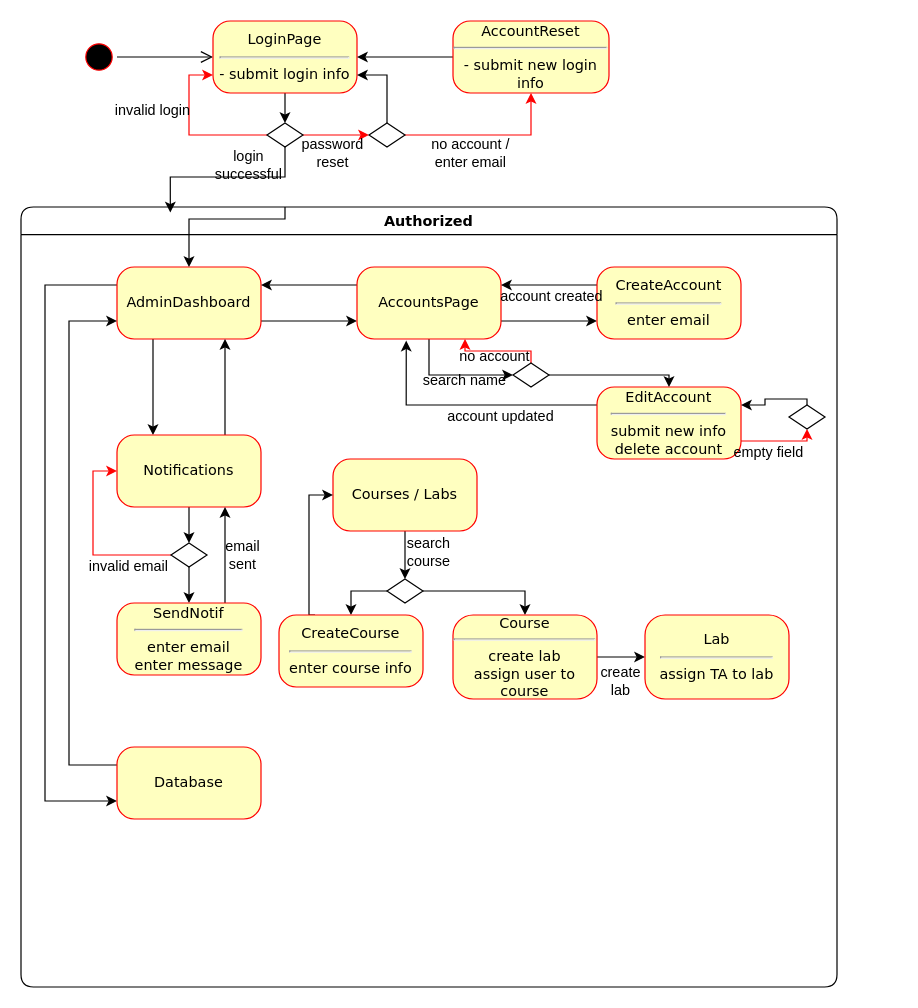
The draw.io diagram SMDDecryptorsAdministrator.drawio in Hossai25/801-1-Sprint-Group, before the edit. Source tidied: cells renumbered, new cells numbered last; positions are measured from the earlier drawing's top-left corner, leaving out a move shared by most shapes. Both pictures are drawn from the tidied source at 120%, with x=0, y=0 at pixel (20, 20).
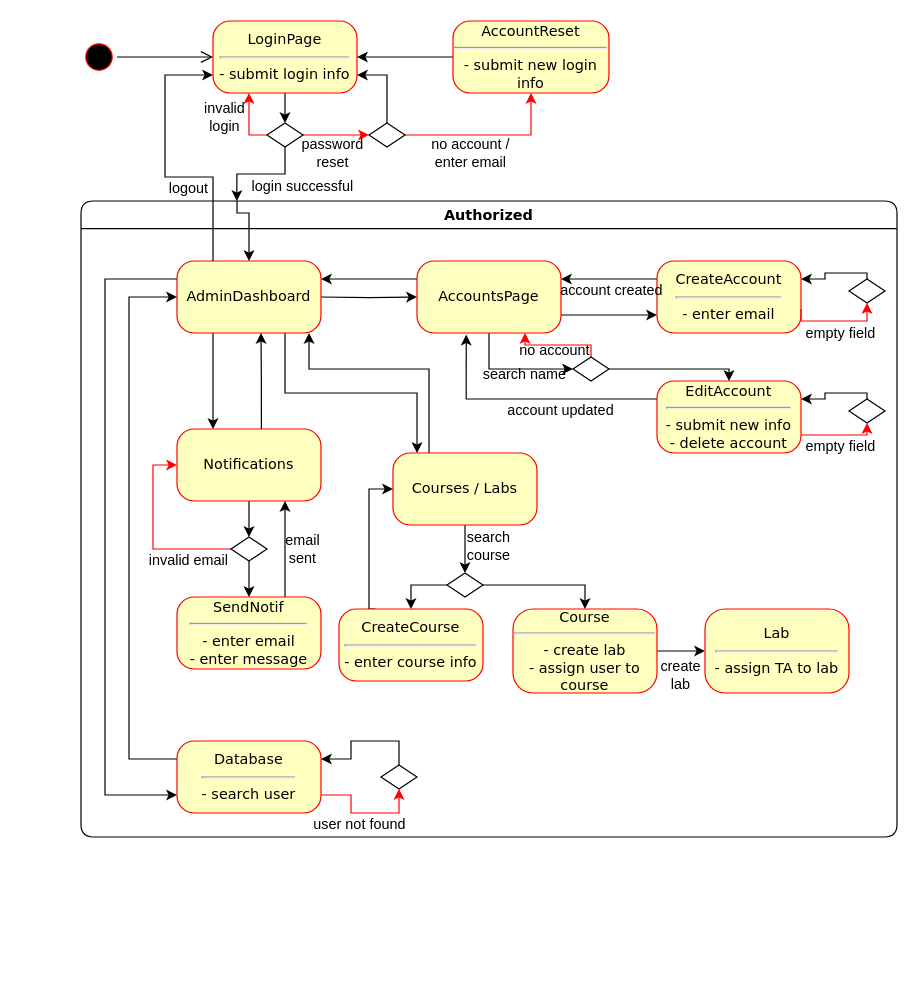
After the change.

The change refers to these unchanged cells:
```xml
<mxCell id="7" value="AdminDashboard" style="rounded=1;whiteSpace=wrap;html=1;arcSize=24;fillColor=#ffffc0;strokeColor=#ff0000;shadow=0;comic=0;labelBackgroundColor=none;fontFamily=Verdana;fontSize=12;fontColor=#000000;align=center;" parent="3" vertex="1">
  <mxGeometry x="80" y="50" width="120" height="60" as="geometry" />
</mxCell>
<mxCell id="11" value="AccountsPage" style="rounded=1;whiteSpace=wrap;html=1;arcSize=24;fillColor=#ffffc0;strokeColor=#ff0000;shadow=0;comic=0;labelBackgroundColor=none;fontFamily=Verdana;fontSize=12;fontColor=#000000;align=center;" parent="3" vertex="1">
  <mxGeometry x="280" y="50" width="120" height="60" as="geometry" />
</mxCell>
<mxCell id="14" value="Notifications" style="rounded=1;whiteSpace=wrap;html=1;arcSize=24;fillColor=#ffffc0;strokeColor=#ff0000;shadow=0;comic=0;labelBackgroundColor=none;fontFamily=Verdana;fontSize=12;fontColor=#000000;align=center;" parent="3" vertex="1">
  <mxGeometry x="80" y="190" width="120" height="60" as="geometry" />
</mxCell>
<mxCell id="16" value="Courses / Labs" style="rounded=1;whiteSpace=wrap;html=1;arcSize=24;fillColor=#ffffc0;strokeColor=#ff0000;shadow=0;comic=0;labelBackgroundColor=none;fontFamily=Verdana;fontSize=12;fontColor=#000000;align=center;" parent="3" vertex="1">
  <mxGeometry x="260" y="210" width="120" height="60" as="geometry" />
</mxCell>
<mxCell id="53" value="LoginPage&lt;hr&gt;- submit login info" style="rounded=1;whiteSpace=wrap;html=1;arcSize=24;fillColor=#ffffc0;strokeColor=#ff0000;shadow=0;comic=0;labelBackgroundColor=none;fontFamily=Verdana;fontSize=12;fontColor=#000000;align=center;" parent="1" vertex="1">
  <mxGeometry x="160" width="120" height="60" as="geometry" />
</mxCell>
<mxCell id="57" style="rhombus;whiteSpace=wrap;html=1;" parent="1" vertex="1">
  <mxGeometry x="205" y="85" width="30" height="20" as="geometry" />
</mxCell>
```

Diff of the diagram source:
```diff
@@
     <mxCell id="3" value="Authorized" style="swimlane;whiteSpace=wrap;html=1;rounded=1;shadow=0;comic=0;labelBackgroundColor=none;strokeWidth=1;fontFamily=Verdana;fontSize=12;align=center;startSize=23;" parent="1" vertex="1">
-      <mxGeometry y="155" width="680" height="650" as="geometry" />
+      <mxGeometry x="50" y="150" width="680" height="530" as="geometry" />
     </mxCell>
-    <mxCell id="4" style="edgeStyle=orthogonalEdgeStyle;rounded=0;jettySize=auto;html=1;exitX=1;exitY=0.75;exitDx=0;exitDy=0;entryX=0;entryY=0.75;entryDx=0;entryDy=0;" parent="3" edge="1" source="7" target="11">
-      <mxGeometry relative="1" as="geometry" />
+    <mxCell id="4" style="edgeStyle=orthogonalEdgeStyle;rounded=0;jettySize=auto;html=1;entryX=0;entryY=0.5;entryDx=0;entryDy=0;" parent="3" edge="1" target="11">
+      <mxGeometry relative="1" as="geometry">
+        <mxPoint x="200" y="80" as="sourcePoint" />
+      </mxGeometry>
     </mxCell>
@@
+    <mxCell id="68" style="edgeStyle=orthogonalEdgeStyle;rounded=0;jettySize=auto;html=1;exitX=0.75;exitY=1;exitDx=0;exitDy=0;entryX=0.167;entryY=0;entryDx=0;entryDy=0;entryPerimeter=0;" parent="3" edge="1" source="7" target="16">
+      <mxGeometry relative="1" as="geometry" />
+    </mxCell>
@@
-    <mxCell id="12" style="edgeStyle=orthogonalEdgeStyle;rounded=0;jettySize=auto;html=1;exitX=0.75;exitY=0;exitDx=0;exitDy=0;entryX=0.75;entryY=1;entryDx=0;entryDy=0;" parent="3" edge="1" source="14" target="7">
-      <mxGeometry relative="1" as="geometry" />
+    <mxCell id="12" style="edgeStyle=orthogonalEdgeStyle;rounded=0;jettySize=auto;html=1;exitX=0.586;exitY=0.011;exitDx=0;exitDy=0;exitPerimeter=0;" parent="3" edge="1" source="14">
+      <mxGeometry relative="1" as="geometry">
+        <mxPoint x="150" y="110" as="targetPoint" />
+      </mxGeometry>
     </mxCell>
@@
+    <mxCell id="69" style="edgeStyle=orthogonalEdgeStyle;rounded=0;jettySize=auto;html=1;exitX=0.25;exitY=0;exitDx=0;exitDy=0;entryX=0.917;entryY=1;entryDx=0;entryDy=0;entryPerimeter=0;" parent="3" edge="1" source="16" target="7">
+      <mxGeometry relative="1" as="geometry">
+        <Array as="points">
+          <mxPoint x="290" y="140" />
+          <mxPoint x="190" y="140" />
+        </Array>
+      </mxGeometry>
+    </mxCell>
@@
-    <mxCell id="18" value="CreateAccount&lt;hr&gt;enter email" style="rounded=1;whiteSpace=wrap;html=1;arcSize=24;fillColor=#ffffc0;strokeColor=#ff0000;shadow=0;comic=0;labelBackgroundColor=none;fontFamily=Verdana;fontSize=12;fontColor=#000000;align=center;" parent="3" vertex="1">
+    <mxCell id="18" value="CreateAccount&lt;hr&gt;- enter email" style="rounded=1;whiteSpace=wrap;html=1;arcSize=24;fillColor=#ffffc0;strokeColor=#ff0000;shadow=0;comic=0;labelBackgroundColor=none;fontFamily=Verdana;fontSize=12;fontColor=#000000;align=center;" parent="3" vertex="1">
       <mxGeometry x="480" y="50" width="120" height="60" as="geometry" />
     </mxCell>
@@
-    <mxCell id="22" value="EditAccount&lt;hr&gt;submit new info&lt;br&gt;delete account" style="rounded=1;whiteSpace=wrap;html=1;arcSize=24;fillColor=#ffffc0;strokeColor=#ff0000;shadow=0;comic=0;labelBackgroundColor=none;fontFamily=Verdana;fontSize=12;fontColor=#000000;align=center;" parent="3" vertex="1">
+    <mxCell id="22" value="EditAccount&lt;hr&gt;- submit new info&lt;br&gt;- delete account" style="rounded=1;whiteSpace=wrap;html=1;arcSize=24;fillColor=#ffffc0;strokeColor=#ff0000;shadow=0;comic=0;labelBackgroundColor=none;fontFamily=Verdana;fontSize=12;fontColor=#000000;align=center;" parent="3" vertex="1">
       <mxGeometry x="480" y="150" width="120" height="60" as="geometry" />
     </mxCell>
@@
     <mxCell id="31" value="empty field&amp;nbsp;" style="text;strokeColor=none;align=center;fillColor=none;html=1;verticalAlign=middle;whiteSpace=wrap;rounded=0;" parent="3" vertex="1">
-      <mxGeometry x="590" y="200" width="70" height="10" as="geometry" />
+      <mxGeometry x="600" y="190" width="70" height="30" as="geometry" />
     </mxCell>
@@
-    <mxCell id="37" value="SendNotif&lt;hr&gt;enter email&lt;br&gt;enter message" style="rounded=1;whiteSpace=wrap;html=1;arcSize=24;fillColor=#ffffc0;strokeColor=#ff0000;shadow=0;comic=0;labelBackgroundColor=none;fontFamily=Verdana;fontSize=12;fontColor=#000000;align=center;" parent="3" vertex="1">
+    <mxCell id="37" value="SendNotif&lt;hr&gt;- enter email&lt;br&gt;- enter message" style="rounded=1;whiteSpace=wrap;html=1;arcSize=24;fillColor=#ffffc0;strokeColor=#ff0000;shadow=0;comic=0;labelBackgroundColor=none;fontFamily=Verdana;fontSize=12;fontColor=#000000;align=center;" parent="3" vertex="1">
       <mxGeometry x="80" y="330" width="120" height="60" as="geometry" />
     </mxCell>
@@
-    <mxCell id="44" value="CreateCourse&lt;hr&gt;enter course info" style="rounded=1;whiteSpace=wrap;html=1;arcSize=24;fillColor=#ffffc0;strokeColor=#ff0000;shadow=0;comic=0;labelBackgroundColor=none;fontFamily=Verdana;fontSize=12;fontColor=#000000;align=center;" parent="3" vertex="1">
+    <mxCell id="44" value="CreateCourse&lt;hr&gt;- enter course info" style="rounded=1;whiteSpace=wrap;html=1;arcSize=24;fillColor=#ffffc0;strokeColor=#ff0000;shadow=0;comic=0;labelBackgroundColor=none;fontFamily=Verdana;fontSize=12;fontColor=#000000;align=center;" parent="3" vertex="1">
       <mxGeometry x="215" y="340" width="120" height="60" as="geometry" />
     </mxCell>
@@
-    <mxCell id="46" value="Course&lt;hr&gt;create lab&lt;br&gt;assign user to course" style="rounded=1;whiteSpace=wrap;html=1;arcSize=24;fillColor=#ffffc0;strokeColor=#ff0000;shadow=0;comic=0;labelBackgroundColor=none;fontFamily=Verdana;fontSize=12;fontColor=#000000;align=center;" parent="3" vertex="1">
+    <mxCell id="46" value="Course&lt;hr&gt;- create lab&lt;br&gt;- assign user to course" style="rounded=1;whiteSpace=wrap;html=1;arcSize=24;fillColor=#ffffc0;strokeColor=#ff0000;shadow=0;comic=0;labelBackgroundColor=none;fontFamily=Verdana;fontSize=12;fontColor=#000000;align=center;" parent="3" vertex="1">
       <mxGeometry x="360" y="340" width="120" height="70" as="geometry" />
     </mxCell>
-    <mxCell id="47" value="Lab&lt;hr&gt;assign TA to lab" style="rounded=1;whiteSpace=wrap;html=1;arcSize=24;fillColor=#ffffc0;strokeColor=#ff0000;shadow=0;comic=0;labelBackgroundColor=none;fontFamily=Verdana;fontSize=12;fontColor=#000000;align=center;" parent="3" vertex="1">
+    <mxCell id="47" value="Lab&lt;hr&gt;- assign TA to lab" style="rounded=1;whiteSpace=wrap;html=1;arcSize=24;fillColor=#ffffc0;strokeColor=#ff0000;shadow=0;comic=0;labelBackgroundColor=none;fontFamily=Verdana;fontSize=12;fontColor=#000000;align=center;" parent="3" vertex="1">
       <mxGeometry x="520" y="340" width="120" height="70" as="geometry" />
     </mxCell>
@@
-    <mxCell id="49" style="edgeStyle=orthogonalEdgeStyle;rounded=0;jettySize=auto;html=1;exitX=0;exitY=0.25;exitDx=0;exitDy=0;entryX=0;entryY=0.75;entryDx=0;entryDy=0;" parent="3" edge="1" source="50" target="7">
+    <mxCell id="49" style="edgeStyle=orthogonalEdgeStyle;rounded=0;jettySize=auto;html=1;exitX=0;exitY=0.25;exitDx=0;exitDy=0;" parent="3" edge="1" source="50">
       <mxGeometry relative="1" as="geometry">
+        <mxPoint x="80" y="80" as="targetPoint" />
         <Array as="points">
           <mxPoint x="40" y="465" />
-          <mxPoint x="40" y="95" />
+          <mxPoint x="40" y="80" />
+          <mxPoint x="80" y="80" />
         </Array>
       </mxGeometry>
     </mxCell>
+    <mxCell id="70" style="edgeStyle=orthogonalEdgeStyle;rounded=0;jettySize=auto;html=1;exitX=1;exitY=0.75;exitDx=0;exitDy=0;entryX=0.5;entryY=1;entryDx=0;entryDy=0;fillColor=#f8cecc;strokeColor=#FF0000;" parent="3" edge="1" source="50" target="75">
+      <mxGeometry relative="1" as="geometry" />
+    </mxCell>
-    <mxCell id="50" value="Database" style="rounded=1;whiteSpace=wrap;html=1;arcSize=24;fillColor=#ffffc0;strokeColor=#ff0000;shadow=0;comic=0;labelBackgroundColor=none;fontFamily=Verdana;fontSize=12;fontColor=#000000;align=center;" parent="3" vertex="1">
+    <mxCell id="50" value="Database&lt;hr&gt;- search user" style="rounded=1;whiteSpace=wrap;html=1;arcSize=24;fillColor=#ffffc0;strokeColor=#ff0000;shadow=0;comic=0;labelBackgroundColor=none;fontFamily=Verdana;fontSize=12;fontColor=#000000;align=center;" parent="3" vertex="1">
       <mxGeometry x="80" y="450" width="120" height="60" as="geometry" />
     </mxCell>
+    <mxCell id="71" style="edgeStyle=orthogonalEdgeStyle;rounded=0;jettySize=auto;html=1;exitX=1;exitY=0.75;exitDx=0;exitDy=0;entryX=0.5;entryY=1;entryDx=0;entryDy=0;strokeColor=#FF0000;" parent="3" edge="1" target="72">
+      <mxGeometry relative="1" as="geometry">
+        <mxPoint x="600" y="90" as="sourcePoint" />
+        <Array as="points">
+          <mxPoint x="600" y="100" />
+          <mxPoint x="655" y="100" />
+        </Array>
+      </mxGeometry>
+    </mxCell>
+    <mxCell id="72" style="rhombus;whiteSpace=wrap;html=1;" parent="3" vertex="1">
+      <mxGeometry x="640" y="65" width="30" height="20" as="geometry" />
+    </mxCell>
+    <mxCell id="73" value="empty field&amp;nbsp;" style="text;strokeColor=none;align=center;fillColor=none;html=1;verticalAlign=middle;whiteSpace=wrap;rounded=0;" parent="3" vertex="1">
+      <mxGeometry x="600" y="110" width="70" as="geometry" />
+    </mxCell>
+    <mxCell id="74" style="edgeStyle=orthogonalEdgeStyle;rounded=0;jettySize=auto;html=1;exitX=0.5;exitY=0;exitDx=0;exitDy=0;entryX=1;entryY=0.25;entryDx=0;entryDy=0;" parent="3" edge="1" source="75" target="50">
+      <mxGeometry relative="1" as="geometry" />
+    </mxCell>
+    <mxCell id="75" style="rhombus;whiteSpace=wrap;html=1;" parent="3" vertex="1">
+      <mxGeometry x="250" y="470" width="30" height="20" as="geometry" />
+    </mxCell>
+    <mxCell id="76" value="user not found" style="text;strokeColor=none;align=center;fillColor=none;html=1;verticalAlign=middle;whiteSpace=wrap;rounded=0;" parent="3" vertex="1">
+      <mxGeometry x="190" y="510" width="85" height="20" as="geometry" />
+    </mxCell>
+    <mxCell id="67" style="edgeStyle=orthogonalEdgeStyle;rounded=0;jettySize=auto;html=1;entryX=0.5;entryY=0;entryDx=0;entryDy=0;" parent="3" edge="1" target="7">
+      <mxGeometry relative="1" as="geometry">
+        <mxPoint x="130" as="sourcePoint" />
+        <Array as="points">
+          <mxPoint x="130" y="10" />
+          <mxPoint x="140" y="10" />
+        </Array>
+      </mxGeometry>
+    </mxCell>
@@
-    <mxCell id="54" style="edgeStyle=orthogonalEdgeStyle;rounded=0;jettySize=auto;html=1;exitX=0.5;exitY=1;exitDx=0;exitDy=0;entryX=0.183;entryY=0.007;entryDx=0;entryDy=0;entryPerimeter=0;" parent="1" edge="1" source="57" target="3">
+    <mxCell id="54" style="edgeStyle=orthogonalEdgeStyle;rounded=0;jettySize=auto;html=1;exitX=0.5;exitY=1;exitDx=0;exitDy=0;entryX=0.191;entryY=0;entryDx=0;entryDy=0;entryPerimeter=0;" parent="1" edge="1" source="57" target="3">
       <mxGeometry relative="1" as="geometry" />
     </mxCell>
-    <mxCell id="55" style="edgeStyle=orthogonalEdgeStyle;rounded=0;jettySize=auto;html=1;exitX=0;exitY=0.5;exitDx=0;exitDy=0;entryX=0;entryY=0.75;entryDx=0;entryDy=0;strokeColor=#FF0000;" parent="1" edge="1" source="57" target="53">
+    <mxCell id="55" style="edgeStyle=orthogonalEdgeStyle;rounded=0;jettySize=auto;html=1;exitX=0;exitY=0.5;exitDx=0;exitDy=0;entryX=0.25;entryY=1;entryDx=0;entryDy=0;strokeColor=#FF0000;" parent="1" edge="1" source="57" target="53">
       <mxGeometry relative="1" as="geometry" />
     </mxCell>
@@
     <mxCell id="58" value="invalid login" style="text;strokeColor=none;align=center;fillColor=none;html=1;verticalAlign=middle;whiteSpace=wrap;rounded=0;" parent="1" vertex="1">
-      <mxGeometry x="70" y="60" width="80" height="30" as="geometry" />
+      <mxGeometry x="150" y="65" width="40" height="30" as="geometry" />
     </mxCell>
@@
     <mxCell id="66" value="login successful" style="text;strokeColor=none;align=center;fillColor=none;html=1;verticalAlign=middle;whiteSpace=wrap;rounded=0;" parent="1" vertex="1">
-      <mxGeometry x="160" y="105" width="60" height="30" as="geometry" />
+      <mxGeometry x="190" y="130" width="90" height="15" as="geometry" />
     </mxCell>
-    <mxCell id="67" style="edgeStyle=orthogonalEdgeStyle;rounded=0;jettySize=auto;html=1;entryX=0.5;entryY=0;entryDx=0;entryDy=0;" parent="1" edge="1" target="7">
-      <mxGeometry relative="1" as="geometry">
-        <mxPoint x="220" y="155" as="sourcePoint" />
-        <Array as="points">
-          <mxPoint x="220" y="165" />
-          <mxPoint x="140" y="165" />
-        </Array>
-      </mxGeometry>
-    </mxCell>
+    <mxCell id="77" style="edgeStyle=orthogonalEdgeStyle;rounded=0;orthogonalLoop=1;jettySize=auto;html=1;exitX=0.5;exitY=0;exitDx=0;exitDy=0;entryX=1;entryY=0.25;entryDx=0;entryDy=0;" parent="1" edge="1">
+      <mxGeometry relative="1" as="geometry">
+        <mxPoint x="705" y="215" as="sourcePoint" />
+        <mxPoint x="650" y="215" as="targetPoint" />
+        <Array as="points">
+          <mxPoint x="705" y="210" />
+          <mxPoint x="670" y="210" />
+          <mxPoint x="670" y="215" />
+        </Array>
+      </mxGeometry>
+    </mxCell>
+    <mxCell id="78" style="edgeStyle=orthogonalEdgeStyle;rounded=0;jettySize=auto;html=1;exitX=0.25;exitY=0;exitDx=0;exitDy=0;entryX=0;entryY=0.75;entryDx=0;entryDy=0;" parent="1" edge="1" source="7" target="53">
+      <mxGeometry relative="1" as="geometry">
+        <Array as="points">
+          <mxPoint x="160" y="130" />
+          <mxPoint x="120" y="130" />
+          <mxPoint x="120" y="45" />
+        </Array>
+      </mxGeometry>
+    </mxCell>
+    <mxCell id="79" value="logout" style="text;strokeColor=none;align=center;fillColor=none;html=1;verticalAlign=middle;whiteSpace=wrap;rounded=0;" parent="1" vertex="1">
+      <mxGeometry x="120" y="135" width="40" height="10" as="geometry" />
+    </mxCell>
```
